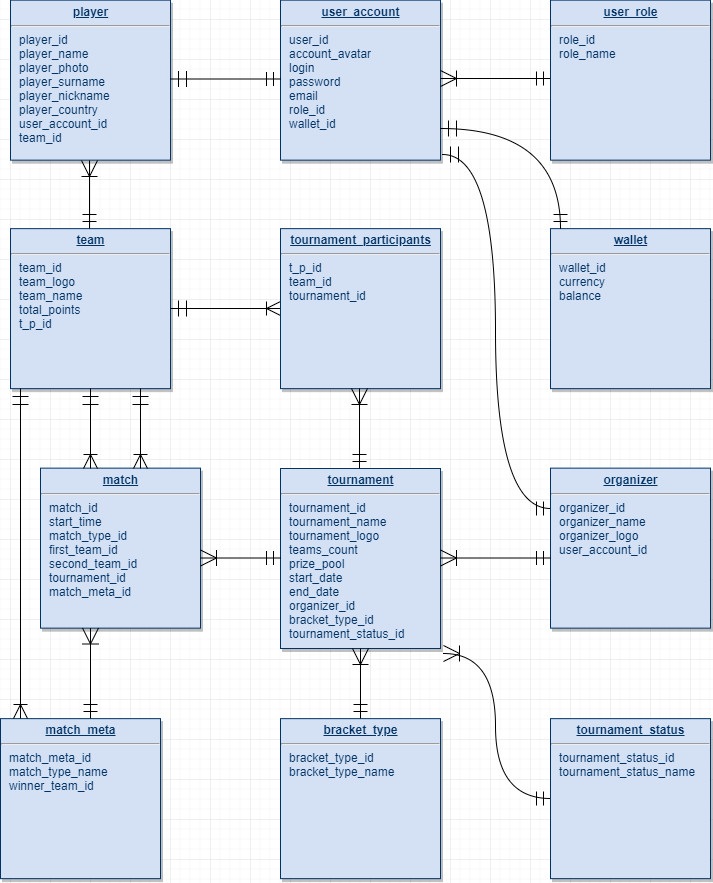
The draw.io diagram final/db_schema_model.png in strizhonov/cs-dough___Pet-project, before a commit. Source tidied: cells renumbered, new cells last; positions are measured from the earlier drawing's top-left corner, leaving out a move shared by most shapes.
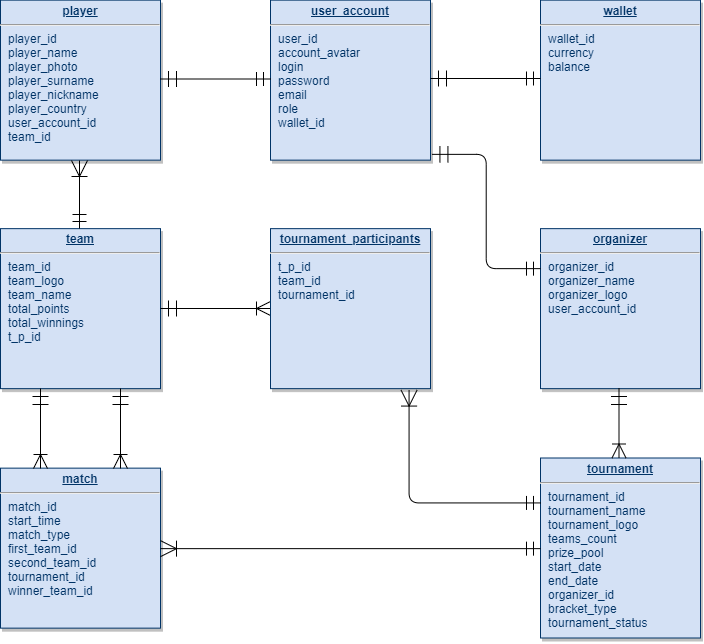
Later version of the same file.

Commit message:
schema model changed

Diff of the diagram source:
```diff
@@ -2,72 +2,42 @@
   <root>
     <mxCell id="0" />
     <mxCell id="1" parent="0" />
-    <mxCell id="2" value="&lt;p style=&quot;margin: 0px ; margin-top: 4px ; text-align: center ; text-decoration: underline&quot;&gt;&lt;b&gt;user_account&lt;/b&gt;&lt;/p&gt;&lt;hr&gt;&lt;p style=&quot;margin: 0px ; margin-left: 8px&quot;&gt;user_id&lt;/p&gt;&lt;p style=&quot;margin: 0px ; margin-left: 8px&quot;&gt;account_avatar&lt;/p&gt;&lt;p style=&quot;margin: 0px ; margin-left: 8px&quot;&gt;login&lt;/p&gt;&lt;p style=&quot;margin: 0px ; margin-left: 8px&quot;&gt;password&lt;/p&gt;&lt;p style=&quot;margin: 0px ; margin-left: 8px&quot;&gt;email&lt;/p&gt;&lt;p style=&quot;margin: 0px ; margin-left: 8px&quot;&gt;role_id&lt;/p&gt;&lt;p style=&quot;margin: 0px ; margin-left: 8px&quot;&gt;wallet_id&lt;/p&gt;" style="verticalAlign=top;align=left;overflow=fill;fontSize=12;fontFamily=Helvetica;html=1;strokeColor=#003366;shadow=1;fillColor=#D4E1F5;fontColor=#003366;" parent="1" vertex="1">
+    <mxCell id="2" value="&lt;p style=&quot;margin: 0px ; margin-top: 4px ; text-align: center ; text-decoration: underline&quot;&gt;&lt;b&gt;user_account&lt;/b&gt;&lt;/p&gt;&lt;hr&gt;&lt;p style=&quot;margin: 0px ; margin-left: 8px&quot;&gt;user_id&lt;/p&gt;&lt;p style=&quot;margin: 0px ; margin-left: 8px&quot;&gt;account_avatar&lt;/p&gt;&lt;p style=&quot;margin: 0px ; margin-left: 8px&quot;&gt;login&lt;/p&gt;&lt;p style=&quot;margin: 0px ; margin-left: 8px&quot;&gt;password&lt;/p&gt;&lt;p style=&quot;margin: 0px ; margin-left: 8px&quot;&gt;email&lt;/p&gt;&lt;p style=&quot;margin: 0px ; margin-left: 8px&quot;&gt;role&lt;/p&gt;&lt;p style=&quot;margin: 0px ; margin-left: 8px&quot;&gt;wallet_id&lt;/p&gt;" style="verticalAlign=top;align=left;overflow=fill;fontSize=12;fontFamily=Helvetica;html=1;strokeColor=#003366;shadow=1;fillColor=#D4E1F5;fontColor=#003366;" parent="1" vertex="1">
       <mxGeometry x="280" y="-0.4" width="160" height="160" as="geometry" />
     </mxCell>
-    <mxCell id="3" style="endArrow=ERmandOne;endSize=12;startArrow=ERoneToMany;startSize=14;startFill=0;edgeStyle=orthogonalEdgeStyle;align=left;verticalAlign=bottom;curved=1;endFill=0;" parent="1" edge="1">
-      <mxGeometry x="-0.82" y="5" relative="1" as="geometry">
-        <mxPoint x="440" y="78" as="sourcePoint" />
-        <mxPoint x="550" y="78" as="targetPoint" />
-      </mxGeometry>
-    </mxCell>
-    <mxCell id="4" value="&lt;p style=&quot;margin: 0px ; margin-top: 4px ; text-align: center ; text-decoration: underline&quot;&gt;&lt;b&gt;user_role&lt;/b&gt;&lt;/p&gt;&lt;hr&gt;&lt;p style=&quot;margin: 0px ; margin-left: 8px&quot;&gt;role_id&lt;/p&gt;&lt;p style=&quot;margin: 0px ; margin-left: 8px&quot;&gt;role_name&lt;/p&gt;" style="verticalAlign=top;align=left;overflow=fill;fontSize=12;fontFamily=Helvetica;html=1;strokeColor=#003366;shadow=1;fillColor=#D4E1F5;fontColor=#003366;" parent="1" vertex="1">
-      <mxGeometry x="550" y="-0.4" width="160" height="160" as="geometry" />
-    </mxCell>
-    <mxCell id="5" value="&lt;p style=&quot;margin: 0px ; margin-top: 4px ; text-align: center ; text-decoration: underline&quot;&gt;&lt;b&gt;team&lt;/b&gt;&lt;/p&gt;&lt;hr&gt;&lt;p style=&quot;margin: 0px ; margin-left: 8px&quot;&gt;team_id&lt;/p&gt;&lt;p style=&quot;margin: 0px ; margin-left: 8px&quot;&gt;team_logo&lt;/p&gt;&lt;p style=&quot;margin: 0px ; margin-left: 8px&quot;&gt;team_name&lt;/p&gt;&lt;p style=&quot;margin: 0px ; margin-left: 8px&quot;&gt;total_points&lt;/p&gt;&lt;p style=&quot;margin: 0px ; margin-left: 8px&quot;&gt;t_p_id&lt;/p&gt;" style="verticalAlign=top;align=left;overflow=fill;fontSize=12;fontFamily=Helvetica;html=1;strokeColor=#003366;shadow=1;fillColor=#D4E1F5;fontColor=#003366;" parent="1" vertex="1">
+    <mxCell id="5" value="&lt;p style=&quot;margin: 0px ; margin-top: 4px ; text-align: center ; text-decoration: underline&quot;&gt;&lt;b&gt;team&lt;/b&gt;&lt;/p&gt;&lt;hr&gt;&lt;p style=&quot;margin: 0px ; margin-left: 8px&quot;&gt;team_id&lt;/p&gt;&lt;p style=&quot;margin: 0px ; margin-left: 8px&quot;&gt;team_logo&lt;/p&gt;&lt;p style=&quot;margin: 0px ; margin-left: 8px&quot;&gt;team_name&lt;/p&gt;&lt;p style=&quot;margin: 0px ; margin-left: 8px&quot;&gt;total_points&lt;/p&gt;&lt;p style=&quot;margin: 0px ; margin-left: 8px&quot;&gt;total_winnings&lt;/p&gt;&lt;p style=&quot;margin: 0px ; margin-left: 8px&quot;&gt;t_p_id&lt;/p&gt;" style="verticalAlign=top;align=left;overflow=fill;fontSize=12;fontFamily=Helvetica;html=1;strokeColor=#003366;shadow=1;fillColor=#D4E1F5;fontColor=#003366;" parent="1" vertex="1">
       <mxGeometry x="10" y="228.1" width="160" height="160" as="geometry" />
     </mxCell>
     <mxCell id="6" value="&lt;p style=&quot;margin: 0px ; margin-top: 4px ; text-align: center ; text-decoration: underline&quot;&gt;&lt;b&gt;player&lt;/b&gt;&lt;/p&gt;&lt;hr&gt;&lt;p style=&quot;margin: 0px ; margin-left: 8px&quot;&gt;player_id&lt;/p&gt;&lt;p style=&quot;margin: 0px ; margin-left: 8px&quot;&gt;player_name&lt;/p&gt;&lt;p style=&quot;margin: 0px ; margin-left: 8px&quot;&gt;player_photo&lt;/p&gt;&lt;p style=&quot;margin: 0px ; margin-left: 8px&quot;&gt;player_surname&lt;/p&gt;&lt;p style=&quot;margin: 0px ; margin-left: 8px&quot;&gt;player_nickname&lt;/p&gt;&lt;p style=&quot;margin: 0px ; margin-left: 8px&quot;&gt;player_country&lt;/p&gt;&lt;p style=&quot;margin: 0px ; margin-left: 8px&quot;&gt;user_account_id&lt;/p&gt;&lt;p style=&quot;margin: 0px ; margin-left: 8px&quot;&gt;team_id&lt;/p&gt;" style="verticalAlign=top;align=left;overflow=fill;fontSize=12;fontFamily=Helvetica;html=1;strokeColor=#003366;shadow=1;fillColor=#D4E1F5;fontColor=#003366;" parent="1" vertex="1">
       <mxGeometry x="10" y="-0.4" width="160" height="160" as="geometry" />
     </mxCell>
     <mxCell id="7" value="&lt;p style=&quot;margin: 0px ; margin-top: 4px ; text-align: center ; text-decoration: underline&quot;&gt;&lt;b&gt;organizer&lt;/b&gt;&lt;/p&gt;&lt;hr&gt;&lt;p style=&quot;margin: 0px ; margin-left: 8px&quot;&gt;organizer_id&lt;/p&gt;&lt;p style=&quot;margin: 0px ; margin-left: 8px&quot;&gt;organizer_name&lt;/p&gt;&lt;p style=&quot;margin: 0px ; margin-left: 8px&quot;&gt;organizer_logo&lt;/p&gt;&lt;p style=&quot;margin: 0px ; margin-left: 8px&quot;&gt;user_account_id&lt;/p&gt;&lt;p style=&quot;margin: 0px ; margin-left: 8px&quot;&gt;&lt;br&gt;&lt;/p&gt;" style="verticalAlign=top;align=left;overflow=fill;fontSize=12;fontFamily=Helvetica;html=1;strokeColor=#003366;shadow=1;fillColor=#D4E1F5;fontColor=#003366;" parent="1" vertex="1">
-      <mxGeometry x="550" y="467.6" width="160" height="160" as="geometry" />
+      <mxGeometry x="550" y="228.1" width="160" height="160" as="geometry" />
     </mxCell>
-    <mxCell id="8" value="&lt;p style=&quot;margin: 0px ; margin-top: 4px ; text-align: center ; text-decoration: underline&quot;&gt;&lt;b&gt;match&lt;/b&gt;&lt;/p&gt;&lt;hr&gt;&lt;p style=&quot;margin: 0px ; margin-left: 8px&quot;&gt;match_id&lt;/p&gt;&lt;p style=&quot;margin: 0px ; margin-left: 8px&quot;&gt;start_time&lt;/p&gt;&lt;p style=&quot;margin: 0px ; margin-left: 8px&quot;&gt;match_type_id&lt;/p&gt;&lt;p style=&quot;margin: 0px ; margin-left: 8px&quot;&gt;first_team_id&lt;/p&gt;&lt;p style=&quot;margin: 0px ; margin-left: 8px&quot;&gt;second_team_id&lt;/p&gt;&lt;p style=&quot;margin: 0px ; margin-left: 8px&quot;&gt;tournament_id&lt;/p&gt;&lt;p style=&quot;margin: 0px ; margin-left: 8px&quot;&gt;match_meta_id&lt;/p&gt;" style="verticalAlign=top;align=left;overflow=fill;fontSize=12;fontFamily=Helvetica;html=1;strokeColor=#003366;shadow=1;fillColor=#D4E1F5;fontColor=#003366;" parent="1" vertex="1">
-      <mxGeometry x="40" y="467.6" width="160" height="160" as="geometry" />
+    <mxCell id="8" value="&lt;p style=&quot;margin: 0px ; margin-top: 4px ; text-align: center ; text-decoration: underline&quot;&gt;&lt;b&gt;match&lt;/b&gt;&lt;/p&gt;&lt;hr&gt;&lt;p style=&quot;margin: 0px ; margin-left: 8px&quot;&gt;match_id&lt;/p&gt;&lt;p style=&quot;margin: 0px ; margin-left: 8px&quot;&gt;start_time&lt;/p&gt;&lt;p style=&quot;margin: 0px ; margin-left: 8px&quot;&gt;match_type&lt;/p&gt;&lt;p style=&quot;margin: 0px ; margin-left: 8px&quot;&gt;first_team_id&lt;/p&gt;&lt;p style=&quot;margin: 0px ; margin-left: 8px&quot;&gt;second_team_id&lt;/p&gt;&lt;p style=&quot;margin: 0px ; margin-left: 8px&quot;&gt;tournament_id&lt;/p&gt;&lt;p style=&quot;margin: 0px ; margin-left: 8px&quot;&gt;winner_team_id&lt;/p&gt;" style="verticalAlign=top;align=left;overflow=fill;fontSize=12;fontFamily=Helvetica;html=1;strokeColor=#003366;shadow=1;fillColor=#D4E1F5;fontColor=#003366;" parent="1" vertex="1">
+      <mxGeometry x="10" y="467.6" width="160" height="160" as="geometry" />
     </mxCell>
-    <mxCell id="9" value="&lt;p style=&quot;margin: 0px ; margin-top: 4px ; text-align: center ; text-decoration: underline&quot;&gt;&lt;b&gt;tournament&lt;/b&gt;&lt;/p&gt;&lt;hr&gt;&lt;p style=&quot;margin: 0px ; margin-left: 8px&quot;&gt;tournament_id&lt;/p&gt;&lt;p style=&quot;margin: 0px ; margin-left: 8px&quot;&gt;tournament_name&lt;/p&gt;&lt;p style=&quot;margin: 0px ; margin-left: 8px&quot;&gt;tournament_logo&lt;/p&gt;&lt;p style=&quot;margin: 0px ; margin-left: 8px&quot;&gt;teams_count&lt;/p&gt;&lt;p style=&quot;margin: 0px ; margin-left: 8px&quot;&gt;prize_pool&lt;/p&gt;&lt;p style=&quot;margin: 0px ; margin-left: 8px&quot;&gt;start_date&lt;/p&gt;&lt;p style=&quot;margin: 0px ; margin-left: 8px&quot;&gt;end_date&lt;/p&gt;&lt;p style=&quot;margin: 0px ; margin-left: 8px&quot;&gt;organizer_id&lt;/p&gt;&lt;p style=&quot;margin: 0px ; margin-left: 8px&quot;&gt;bracket_type_id&lt;/p&gt;&lt;p style=&quot;margin: 0px ; margin-left: 8px&quot;&gt;tournament_status_id&lt;/p&gt;" style="verticalAlign=top;align=left;overflow=fill;fontSize=12;fontFamily=Helvetica;html=1;strokeColor=#003366;shadow=1;fillColor=#D4E1F5;fontColor=#003366;" parent="1" vertex="1">
-      <mxGeometry x="280" y="468" width="160" height="180" as="geometry" />
+    <mxCell id="9" value="&lt;p style=&quot;margin: 0px ; margin-top: 4px ; text-align: center ; text-decoration: underline&quot;&gt;&lt;b&gt;tournament&lt;/b&gt;&lt;/p&gt;&lt;hr&gt;&lt;p style=&quot;margin: 0px ; margin-left: 8px&quot;&gt;tournament_id&lt;/p&gt;&lt;p style=&quot;margin: 0px ; margin-left: 8px&quot;&gt;tournament_name&lt;/p&gt;&lt;p style=&quot;margin: 0px ; margin-left: 8px&quot;&gt;tournament_logo&lt;/p&gt;&lt;p style=&quot;margin: 0px ; margin-left: 8px&quot;&gt;teams_count&lt;/p&gt;&lt;p style=&quot;margin: 0px ; margin-left: 8px&quot;&gt;prize_pool&lt;/p&gt;&lt;p style=&quot;margin: 0px ; margin-left: 8px&quot;&gt;start_date&lt;/p&gt;&lt;p style=&quot;margin: 0px ; margin-left: 8px&quot;&gt;end_date&lt;/p&gt;&lt;p style=&quot;margin: 0px ; margin-left: 8px&quot;&gt;organizer_id&lt;/p&gt;&lt;p style=&quot;margin: 0px ; margin-left: 8px&quot;&gt;bracket_type&lt;/p&gt;&lt;p style=&quot;margin: 0px ; margin-left: 8px&quot;&gt;tournament_status&lt;/p&gt;" style="verticalAlign=top;align=left;overflow=fill;fontSize=12;fontFamily=Helvetica;html=1;strokeColor=#003366;shadow=1;fillColor=#D4E1F5;fontColor=#003366;" parent="1" vertex="1">
+      <mxGeometry x="550" y="457.5" width="160" height="180" as="geometry" />
     </mxCell>
-    <mxCell id="10" value="&lt;p style=&quot;margin: 0px ; margin-top: 4px ; text-align: center ; text-decoration: underline&quot;&gt;&lt;b&gt;tournament_status&lt;/b&gt;&lt;/p&gt;&lt;hr&gt;&lt;p style=&quot;margin: 0px ; margin-left: 8px&quot;&gt;tournament_status_id&lt;/p&gt;&lt;p style=&quot;margin: 0px ; margin-left: 8px&quot;&gt;tournament_status_name&lt;/p&gt;" style="verticalAlign=top;align=left;overflow=fill;fontSize=12;fontFamily=Helvetica;html=1;strokeColor=#003366;shadow=1;fillColor=#D4E1F5;fontColor=#003366;" parent="1" vertex="1">
-      <mxGeometry x="550" y="718.1" width="160" height="160" as="geometry" />
-    </mxCell>
-    <mxCell id="11" value="&lt;p style=&quot;margin: 0px ; margin-top: 4px ; text-align: center ; text-decoration: underline&quot;&gt;&lt;b&gt;bracket_type&lt;/b&gt;&lt;/p&gt;&lt;hr&gt;&lt;p style=&quot;margin: 0px ; margin-left: 8px&quot;&gt;bracket_type_id&lt;/p&gt;&lt;p style=&quot;margin: 0px ; margin-left: 8px&quot;&gt;bracket_type_name&lt;/p&gt;&lt;p style=&quot;margin: 0px ; margin-left: 8px&quot;&gt;&lt;br&gt;&lt;/p&gt;" style="verticalAlign=top;align=left;overflow=fill;fontSize=12;fontFamily=Helvetica;html=1;strokeColor=#003366;shadow=1;fillColor=#D4E1F5;fontColor=#003366;" parent="1" vertex="1">
-      <mxGeometry x="280" y="718.1" width="160" height="160" as="geometry" />
-    </mxCell>
     <mxCell id="12" style="endArrow=ERoneToMany;endSize=12;startArrow=ERmandOne;startSize=14;startFill=0;edgeStyle=orthogonalEdgeStyle;align=left;verticalAlign=bottom;curved=1;endFill=0;" parent="1" edge="1">
       <mxGeometry x="-0.82" y="5" relative="1" as="geometry">
         <mxPoint x="170" y="308" as="sourcePoint" />
         <mxPoint x="280" y="308" as="targetPoint" />
       </mxGeometry>
     </mxCell>
-    <mxCell id="13" value="&lt;p style=&quot;margin: 0px ; margin-top: 4px ; text-align: center ; text-decoration: underline&quot;&gt;&lt;b&gt;match_meta&lt;/b&gt;&lt;/p&gt;&lt;hr&gt;&lt;p style=&quot;margin: 0px ; margin-left: 8px&quot;&gt;match_meta_id&lt;/p&gt;&lt;p style=&quot;margin: 0px ; margin-left: 8px&quot;&gt;match_type_name&lt;/p&gt;&lt;p style=&quot;margin: 0px ; margin-left: 8px&quot;&gt;winner_team_id&lt;/p&gt;&lt;p style=&quot;margin: 0px ; margin-left: 8px&quot;&gt;&lt;br&gt;&lt;/p&gt;&lt;p style=&quot;margin: 0px ; margin-left: 8px&quot;&gt;&lt;br&gt;&lt;/p&gt;" style="verticalAlign=top;align=left;overflow=fill;fontSize=12;fontFamily=Helvetica;html=1;strokeColor=#003366;shadow=1;fillColor=#D4E1F5;fontColor=#003366;" parent="1" vertex="1">
-      <mxGeometry y="718.1" width="160" height="160" as="geometry" />
-    </mxCell>
-    <mxCell id="14" style="endArrow=ERmandOne;endSize=12;startArrow=ERoneToMany;startSize=14;startFill=0;edgeStyle=orthogonalEdgeStyle;align=left;verticalAlign=bottom;curved=1;endFill=0;entryX=0;entryY=0.5;entryDx=0;entryDy=0;exitX=1.019;exitY=1.028;exitDx=0;exitDy=0;exitPerimeter=0;" parent="1" edge="1" source="9" target="10">
-      <mxGeometry x="-0.82" y="5" relative="1" as="geometry" />
-    </mxCell>
     <mxCell id="15" style="endArrow=ERoneToMany;endSize=12;startArrow=ERmandOne;startSize=14;startFill=0;edgeStyle=orthogonalEdgeStyle;align=left;verticalAlign=bottom;curved=1;endFill=0;exitX=0.5;exitY=1;exitDx=0;exitDy=0;" parent="1" edge="1">
       <mxGeometry x="-0.82" y="5" relative="1" as="geometry">
-        <mxPoint x="90" y="388" as="sourcePoint" />
-        <mxPoint x="90" y="468" as="targetPoint" />
+        <mxPoint x="50" y="388" as="sourcePoint" />
+        <mxPoint x="50" y="468" as="targetPoint" />
       </mxGeometry>
     </mxCell>
     <mxCell id="16" style="endArrow=ERoneToMany;endSize=12;startArrow=ERmandOne;startSize=14;startFill=0;edgeStyle=orthogonalEdgeStyle;align=left;verticalAlign=bottom;curved=1;endFill=0;exitX=0.5;exitY=1;exitDx=0;exitDy=0;" parent="1" edge="1">
       <mxGeometry x="-0.82" y="5" relative="1" as="geometry">
-        <mxPoint x="140" y="388" as="sourcePoint" />
-        <mxPoint x="140" y="468" as="targetPoint" />
+        <mxPoint x="130" y="388" as="sourcePoint" />
+        <mxPoint x="130" y="468" as="targetPoint" />
       </mxGeometry>
     </mxCell>
-    <mxCell id="17" style="endArrow=ERmandOne;endSize=12;startArrow=ERoneToMany;startSize=14;startFill=0;edgeStyle=orthogonalEdgeStyle;align=left;verticalAlign=bottom;curved=1;endFill=0;entryX=0.5;entryY=0;entryDx=0;entryDy=0;exitX=0.5;exitY=1;exitDx=0;exitDy=0;" parent="1" edge="1" source="9" target="11">
-      <mxGeometry x="-0.82" y="5" relative="1" as="geometry" />
-    </mxCell>
-    <mxCell id="18" style="endArrow=ERmandOne;endSize=12;startArrow=ERoneToMany;startSize=14;startFill=0;edgeStyle=orthogonalEdgeStyle;align=left;verticalAlign=bottom;curved=1;endFill=0;exitX=0.5;exitY=1;exitDx=0;exitDy=0;" parent="1" edge="1">
-      <mxGeometry x="-0.82" y="5" relative="1" as="geometry">
-        <mxPoint x="90" y="627.5" as="sourcePoint" />
-        <mxPoint x="90" y="718" as="targetPoint" />
-      </mxGeometry>
-    </mxCell>
     <mxCell id="19" value="&lt;p style=&quot;margin: 0px ; margin-top: 4px ; text-align: center ; text-decoration: underline&quot;&gt;&lt;b&gt;tournament_participants&lt;/b&gt;&lt;/p&gt;&lt;hr&gt;&lt;p style=&quot;margin: 0px ; margin-left: 8px&quot;&gt;t_p_id&lt;/p&gt;&lt;p style=&quot;margin: 0px ; margin-left: 8px&quot;&gt;team_id&lt;/p&gt;&lt;p style=&quot;margin: 0px ; margin-left: 8px&quot;&gt;tournament_id&lt;/p&gt;" style="verticalAlign=top;align=left;overflow=fill;fontSize=12;fontFamily=Helvetica;html=1;strokeColor=#003366;shadow=1;fillColor=#D4E1F5;fontColor=#003366;" parent="1" vertex="1">
       <mxGeometry x="280" y="228.1" width="160" height="160" as="geometry" />
     </mxCell>
@@ -78,46 +48,34 @@
       </mxGeometry>
     </mxCell>
     <mxCell id="21" value="&lt;p style=&quot;margin: 0px ; margin-top: 4px ; text-align: center ; text-decoration: underline&quot;&gt;&lt;b&gt;wallet&lt;/b&gt;&lt;/p&gt;&lt;hr&gt;&lt;p style=&quot;margin: 0px ; margin-left: 8px&quot;&gt;wallet_id&lt;/p&gt;&lt;p style=&quot;margin: 0px ; margin-left: 8px&quot;&gt;currency&lt;/p&gt;&lt;p style=&quot;margin: 0px ; margin-left: 8px&quot;&gt;balance&lt;/p&gt;&lt;p style=&quot;margin: 0px ; margin-left: 8px&quot;&gt;&lt;br&gt;&lt;/p&gt;&lt;p style=&quot;margin: 0px ; margin-left: 8px&quot;&gt;&lt;br&gt;&lt;/p&gt;" style="verticalAlign=top;align=left;overflow=fill;fontSize=12;fontFamily=Helvetica;html=1;strokeColor=#003366;shadow=1;fillColor=#D4E1F5;fontColor=#003366;" parent="1" vertex="1">
-      <mxGeometry x="550" y="228.1" width="160" height="160" as="geometry" />
+      <mxGeometry x="550" y="-0.4" width="160" height="160" as="geometry" />
     </mxCell>
-    <mxCell id="22" style="endArrow=ERmandOne;endSize=12;startArrow=ERoneToMany;startSize=14;startFill=0;edgeStyle=orthogonalEdgeStyle;align=left;verticalAlign=bottom;curved=1;endFill=0;exitX=0.5;exitY=1;exitDx=0;exitDy=0;" parent="1" edge="1">
-      <mxGeometry x="-0.82" y="5" relative="1" as="geometry">
-        <mxPoint x="359" y="388" as="sourcePoint" />
-        <mxPoint x="359" y="468" as="targetPoint" />
-      </mxGeometry>
-    </mxCell>
     <mxCell id="23" style="endArrow=ERmandOne;endSize=12;startArrow=ERmandOne;startSize=14;startFill=0;edgeStyle=orthogonalEdgeStyle;align=left;verticalAlign=bottom;curved=1;endFill=0;" parent="1" edge="1">
       <mxGeometry x="-0.82" y="5" relative="1" as="geometry">
         <mxPoint x="170" y="78.5" as="sourcePoint" />
         <mxPoint x="280" y="78.5" as="targetPoint" />
       </mxGeometry>
     </mxCell>
-    <mxCell id="24" style="endArrow=ERmandOne;endSize=12;startArrow=ERoneToMany;startSize=14;startFill=0;edgeStyle=orthogonalEdgeStyle;align=left;verticalAlign=bottom;curved=1;endFill=0;" parent="1" edge="1">
-      <mxGeometry x="-0.82" y="5" relative="1" as="geometry">
-        <mxPoint x="440" y="557.5" as="sourcePoint" />
-        <mxPoint x="550" y="557.5" as="targetPoint" />
-      </mxGeometry>
-    </mxCell>
-    <mxCell id="25" style="endArrow=ERmandOne;endSize=12;startArrow=ERmandOne;startSize=14;startFill=0;edgeStyle=orthogonalEdgeStyle;align=left;verticalAlign=bottom;curved=1;endFill=0;exitX=1.013;exitY=0.965;exitDx=0;exitDy=0;entryX=0;entryY=0.25;entryDx=0;entryDy=0;exitPerimeter=0;" parent="1" edge="1" source="2" target="7">
+    <mxCell id="25" style="endArrow=ERmandOne;endSize=12;startArrow=ERmandOne;startSize=14;startFill=0;edgeStyle=orthogonalEdgeStyle;align=left;verticalAlign=bottom;endFill=0;exitX=1.013;exitY=0.965;exitDx=0;exitDy=0;entryX=0;entryY=0.25;entryDx=0;entryDy=0;exitPerimeter=0;rounded=1;" parent="1" edge="1" source="2" target="7">
       <mxGeometry x="-0.82" y="5" relative="1" as="geometry" />
     </mxCell>
-    <mxCell id="26" style="endArrow=ERoneToMany;endSize=12;startArrow=ERmandOne;startSize=14;startFill=0;edgeStyle=orthogonalEdgeStyle;align=left;verticalAlign=bottom;curved=1;endFill=0;exitX=0.5;exitY=1;exitDx=0;exitDy=0;" parent="1" edge="1">
-      <mxGeometry x="-0.82" y="5" relative="1" as="geometry">
-        <mxPoint x="20" y="388" as="sourcePoint" />
-        <mxPoint x="20" y="718" as="targetPoint" />
-      </mxGeometry>
-    </mxCell>
-    <mxCell id="27" style="endArrow=ERmandOne;endSize=12;startArrow=ERoneToMany;startSize=14;startFill=0;edgeStyle=orthogonalEdgeStyle;align=left;verticalAlign=bottom;curved=1;endFill=0;" parent="1" edge="1">
-      <mxGeometry x="-0.82" y="5" relative="1" as="geometry">
-        <mxPoint x="200" y="557.5" as="sourcePoint" />
-        <mxPoint x="280" y="557.5" as="targetPoint" />
-      </mxGeometry>
-    </mxCell>
-    <mxCell id="28" style="endArrow=ERmandOne;endSize=12;startArrow=ERmandOne;startSize=14;startFill=0;edgeStyle=orthogonalEdgeStyle;align=left;verticalAlign=bottom;curved=1;endFill=0;" parent="1" edge="1">
-      <mxGeometry x="-0.82" y="5" relative="1" as="geometry">
-        <mxPoint x="440" y="128" as="sourcePoint" />
-        <mxPoint x="560" y="228" as="targetPoint" />
-      </mxGeometry>
-    </mxCell>
+    <mxCell id="29" style="endArrow=ERmandOne;endSize=12;startArrow=ERmandOne;startSize=14;startFill=0;edgeStyle=orthogonalEdgeStyle;align=left;verticalAlign=bottom;curved=1;endFill=0;" parent="1" edge="1">
+      <mxGeometry x="-0.82" y="5" relative="1" as="geometry">
+        <mxPoint x="440" y="78" as="sourcePoint" />
+        <mxPoint x="550" y="78" as="targetPoint" />
+      </mxGeometry>
+    </mxCell>
+    <mxCell id="30" style="endArrow=ERoneToMany;endSize=12;startArrow=ERmandOne;startSize=14;startFill=0;edgeStyle=orthogonalEdgeStyle;align=left;verticalAlign=bottom;curved=1;endFill=0;" parent="1" edge="1">
+      <mxGeometry x="-0.82" y="5" relative="1" as="geometry">
+        <mxPoint x="628.5" y="388" as="sourcePoint" />
+        <mxPoint x="628.5" y="457.5" as="targetPoint" />
+      </mxGeometry>
+    </mxCell>
+    <mxCell id="31" style="endArrow=ERmandOne;endSize=12;startArrow=ERoneToMany;startSize=14;startFill=0;edgeStyle=orthogonalEdgeStyle;align=left;verticalAlign=bottom;curved=1;endFill=0;entryX=0;entryY=0.5;entryDx=0;entryDy=0;exitX=1;exitY=0.5;exitDx=0;exitDy=0;" parent="1" edge="1" source="8" target="9">
+      <mxGeometry x="-0.82" y="5" relative="1" as="geometry" />
+    </mxCell>
+    <mxCell id="32" style="endArrow=ERmandOne;endSize=12;startArrow=ERoneToMany;startSize=14;startFill=0;edgeStyle=orthogonalEdgeStyle;align=left;verticalAlign=bottom;endFill=0;exitX=0.866;exitY=1.009;exitDx=0;exitDy=0;rounded=1;entryX=0;entryY=0.25;entryDx=0;entryDy=0;exitPerimeter=0;" parent="1" edge="1" source="19" target="9">
+      <mxGeometry x="-0.82" y="5" relative="1" as="geometry" />
+    </mxCell>
   </root>
 </mxGraphModel>
```
